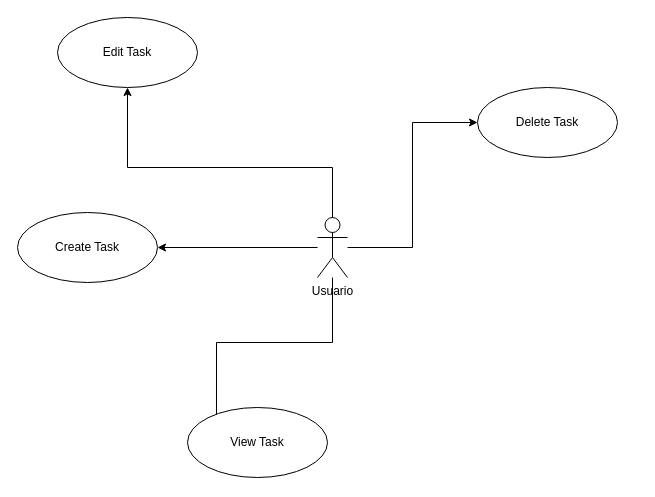
This is page "UC01 - User" (2 of 3) of doc/overview.drawio from hsmiranda/New-Task-Manager-backend, a draw.io file, before an edit. Source tidied: cells renumbered, new cells numbered last; positions are measured from the earlier drawing's top-left corner, leaving out a move shared by most shapes. Both pictures are drawn from the tidied source at 100%, with x=0, y=0 at pixel (17, 17).
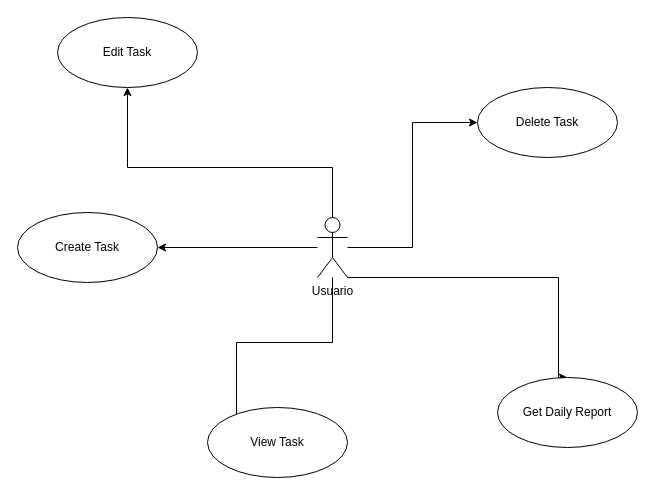
Above is the later version.

The edit, as a diff of the source:
```diff
@@
 <mxGraphModel>
   <root>
     <mxCell id="0" />
     <mxCell id="1" parent="0" />
     <mxCell id="2" style="edgeStyle=orthogonalEdgeStyle;rounded=0;jettySize=auto;html=1;" parent="1" edge="1" source="6" target="7">
       <mxGeometry relative="1" as="geometry" />
     </mxCell>
     <mxCell id="3" style="edgeStyle=orthogonalEdgeStyle;rounded=0;jettySize=auto;html=1;entryX=0.5;entryY=1;entryDx=0;entryDy=0;" parent="1" edge="1" source="6" target="8">
       <mxGeometry relative="1" as="geometry">
         <Array as="points">
           <mxPoint x="315" y="150" />
           <mxPoint x="110" y="150" />
         </Array>
       </mxGeometry>
     </mxCell>
     <mxCell id="4" style="edgeStyle=orthogonalEdgeStyle;rounded=0;jettySize=auto;html=1;entryX=0;entryY=0.5;entryDx=0;entryDy=0;" parent="1" edge="1" source="6" target="9">
       <mxGeometry relative="1" as="geometry" />
     </mxCell>
     <mxCell id="5" style="edgeStyle=orthogonalEdgeStyle;rounded=0;jettySize=auto;html=1;entryX=0.207;entryY=0.914;entryDx=0;entryDy=0;entryPerimeter=0;" parent="1" edge="1" source="6" target="10">
       <mxGeometry relative="1" as="geometry" />
     </mxCell>
+    <mxCell id="11" style="edgeStyle=orthogonalEdgeStyle;rounded=0;jettySize=auto;html=1;entryX=0.5;entryY=0;entryDx=0;entryDy=0;" parent="1" edge="1" source="6" target="12">
+      <mxGeometry relative="1" as="geometry">
+        <Array as="points">
+          <mxPoint x="541" y="260" />
+        </Array>
+      </mxGeometry>
+    </mxCell>
     <mxCell id="6" value="Usuario" style="shape=umlActor;verticalLabelPosition=bottom;verticalAlign=top;html=1;" parent="1" vertex="1">
       <mxGeometry x="300" y="200" width="30" height="60" as="geometry" />
     </mxCell>
     <mxCell id="7" value="Create Task" style="ellipse;whiteSpace=wrap;html=1;" parent="1" vertex="1">
       <mxGeometry y="195" width="140" height="70" as="geometry" />
     </mxCell>
     <mxCell id="8" value="Edit Task" style="ellipse;whiteSpace=wrap;html=1;" parent="1" vertex="1">
       <mxGeometry x="40" width="140" height="70" as="geometry" />
     </mxCell>
     <mxCell id="9" value="Delete Task" style="ellipse;whiteSpace=wrap;html=1;" parent="1" vertex="1">
       <mxGeometry x="460" y="70" width="140" height="70" as="geometry" />
     </mxCell>
     <mxCell id="10" value="View Task" style="ellipse;whiteSpace=wrap;html=1;" parent="1" vertex="1">
-      <mxGeometry x="170" y="390" width="140" height="70" as="geometry" />
+      <mxGeometry x="190" y="390" width="140" height="70" as="geometry" />
     </mxCell>
+    <mxCell id="12" value="Get Daily Report" style="ellipse;whiteSpace=wrap;html=1;" parent="1" vertex="1">
+      <mxGeometry x="480" y="360" width="140" height="70" as="geometry" />
+    </mxCell>
   </root>
 </mxGraphModel>
```
